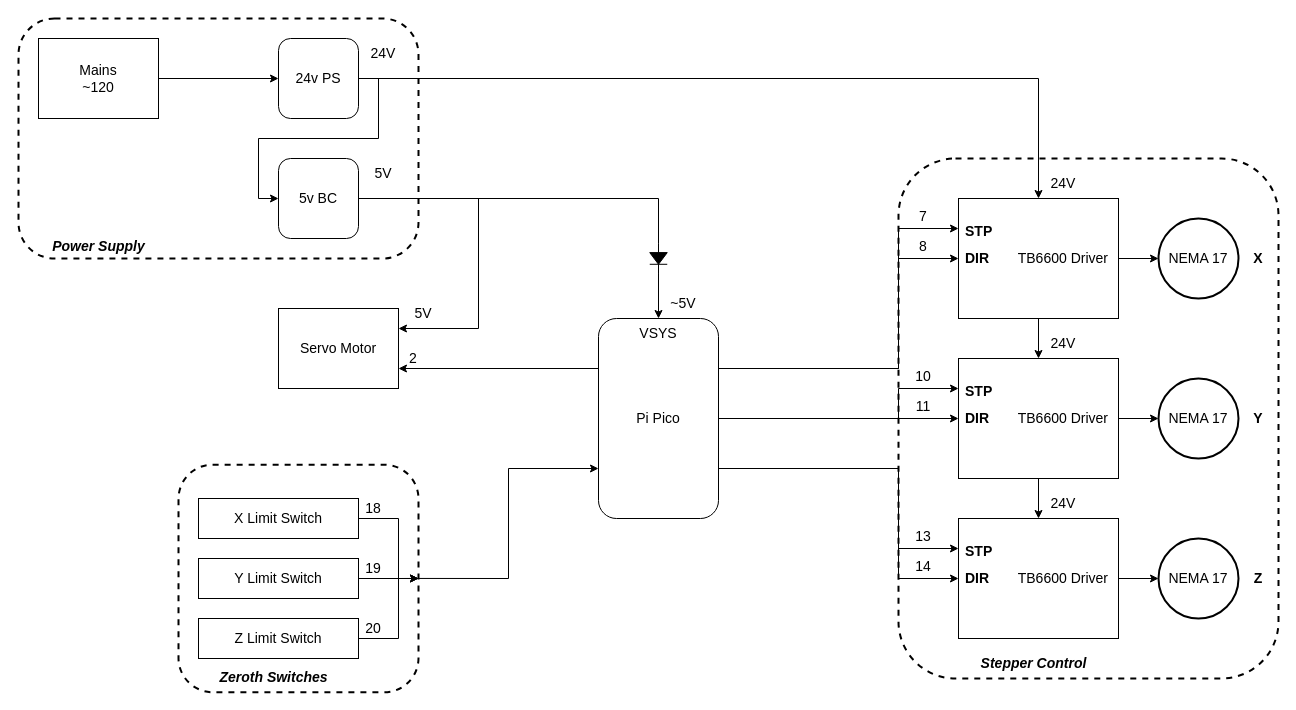
The draw.io diagram diagrams/electronics.drawio in cai49/blue-bot, before the edit. Source tidied: cells renumbered, new cells numbered last; positions are measured from the earlier drawing's top-left corner, leaving out a move shared by most shapes. Both pictures are drawn from the tidied source at 100%, with x=0, y=0 at pixel (18, 18).
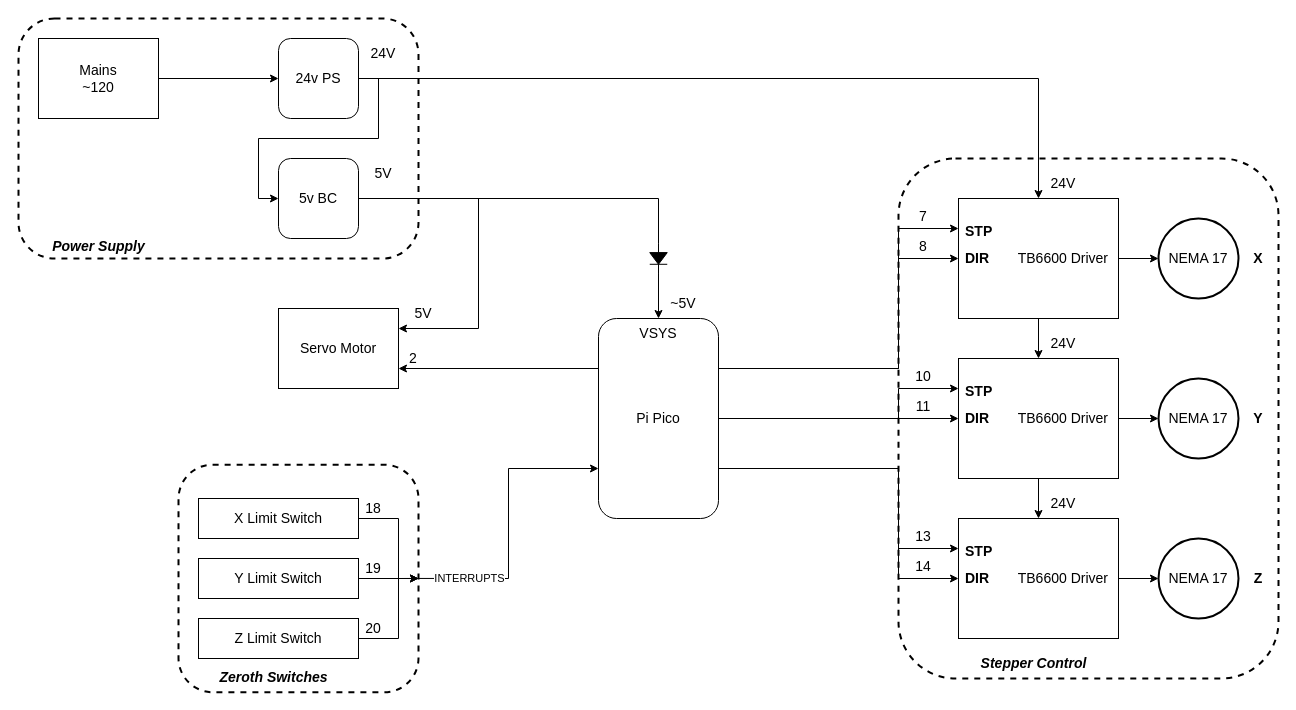
Above is the later version.

The change refers to these unchanged cells:
```xml
<mxCell id="3" style="edgeStyle=orthogonalEdgeStyle;rounded=0;jettySize=auto;html=1;exitX=1;exitY=0.5;exitDx=0;exitDy=0;entryX=0;entryY=0.75;entryDx=0;entryDy=0;fontFamily=Cascadia Code;fontSize=14;" parent="1" edge="1" source="35" target="11">
  <mxGeometry relative="1" as="geometry" />
</mxCell>
```

What changed in the source:
```diff
@@
+    <mxCell id="76" value="INTERRUPTS" style="edgeLabel;html=1;align=center;verticalAlign=middle;" parent="3" vertex="1">
+      <mxGeometry x="-0.8" y="2" relative="1" as="geometry">
+        <mxPoint x="21" y="2" as="offset" />
+      </mxGeometry>
+    </mxCell>
```
